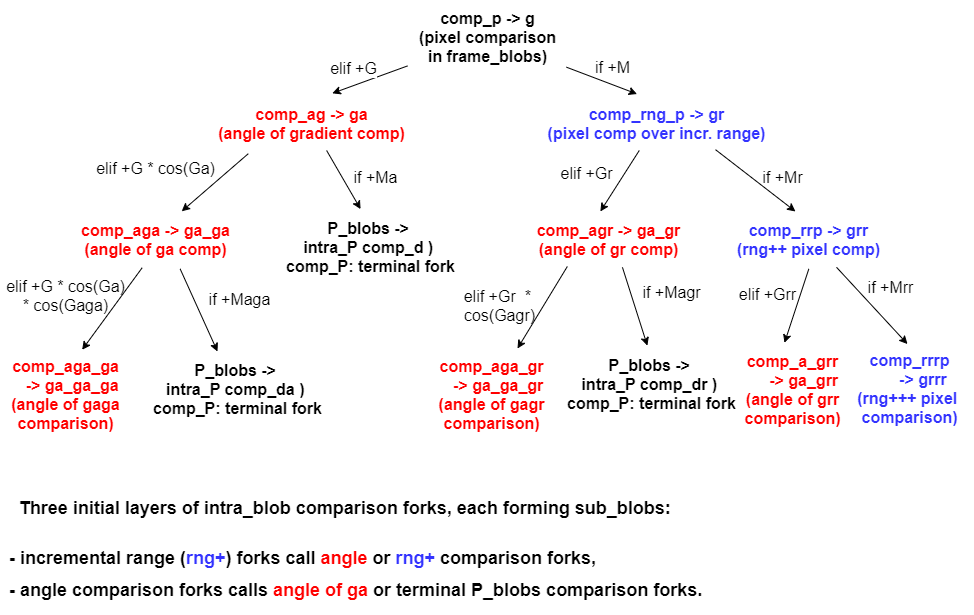
This is frame_2D_alg/Illustrations/intra_blob_scheme.png from boris-kz/CogAlg, a draw.io export, as it was before one commit. Source tidied: cells renumbered, new cells last; positions are measured from the earlier drawing's top-left corner, leaving out a move shared by most shapes.
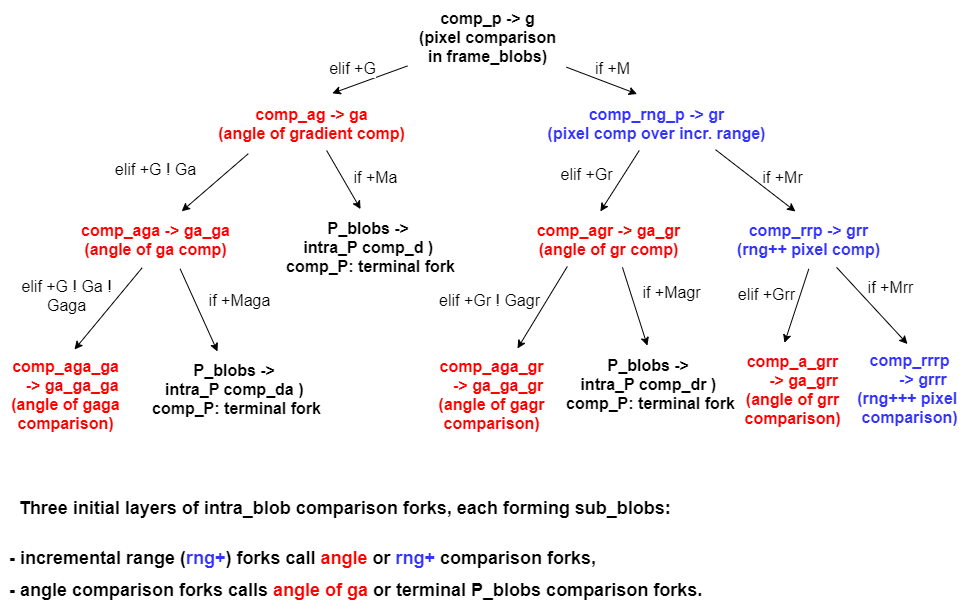
Above is the later version.

Change to the diagram source:
```diff
@@ -46,8 +46,10 @@
     <mxCell id="15" value="&lt;font style=&quot;font-size: 16px&quot;&gt;&lt;b style=&quot;font-size: 16px&quot;&gt;&lt;span style=&quot;font-size: 16px ; background-color: rgb(255 , 255 , 255)&quot;&gt;&lt;font color=&quot;#3333ff&quot;&gt;comp_rrp -&amp;gt; grr&lt;br style=&quot;font-size: 16px&quot;&gt;(&lt;/font&gt;&lt;/span&gt;&lt;/b&gt;&lt;b&gt;&lt;span style=&quot;background-color: rgb(255 , 255 , 255)&quot;&gt;&lt;font color=&quot;#3333ff&quot;&gt;rng++&amp;nbsp;&lt;/font&gt;&lt;/span&gt;&lt;/b&gt;&lt;b style=&quot;font-size: 16px&quot;&gt;&lt;span style=&quot;font-size: 16px ; background-color: rgb(255 , 255 , 255)&quot;&gt;&lt;font color=&quot;#3333ff&quot;&gt;pixel comp)&lt;/font&gt;&lt;/span&gt;&lt;br style=&quot;font-size: 16px&quot;&gt;&lt;/b&gt;&lt;/font&gt;" style="text;html=1;align=center;verticalAlign=middle;points=[];strokeWidth=1;fontSize=16;fontColor=#000000;spacing=6;" parent="1" vertex="1">
       <mxGeometry x="725" y="212" width="165" height="54" as="geometry" />
     </mxCell>
-    <mxCell id="16" style="endArrow=classic;html=1;strokeWidth=1;fontSize=16;fontColor=#000000;spacing=6;entryX=0.628;entryY=0.016;entryDx=0;entryDy=0;entryPerimeter=0;exitX=0.425;exitY=1.023;exitDx=0;exitDy=0;exitPerimeter=0;" parent="1" edge="1" source="9" target="17">
-      <mxGeometry relative="1" as="geometry" />
+    <mxCell id="16" style="endArrow=classic;html=1;strokeWidth=1;fontSize=16;fontColor=#000000;spacing=6;exitX=0.425;exitY=1.023;exitDx=0;exitDy=0;exitPerimeter=0;" parent="1" edge="1" source="9">
+      <mxGeometry relative="1" as="geometry">
+        <mxPoint x="74" y="349" as="targetPoint" />
+      </mxGeometry>
     </mxCell>
     <mxCell id="17" value="&lt;b style=&quot;font-size: 16px&quot;&gt;&lt;font style=&quot;font-size: 16px&quot;&gt;&lt;span style=&quot;font-size: 16px ; background-color: rgb(255 , 255 , 255)&quot;&gt;&lt;font color=&quot;#ff0000&quot;&gt;comp_aga_ga&lt;br&gt;&amp;nbsp; &amp;nbsp;-&amp;gt; ga_ga_ga&lt;br style=&quot;font-size: 16px&quot;&gt;(angle of gaga&lt;br&gt;comparison)&lt;/font&gt;&lt;/span&gt;&lt;br style=&quot;font-size: 16px&quot;&gt;&lt;/font&gt;&lt;/b&gt;" style="text;html=1;align=center;verticalAlign=middle;points=[];fontSize=16;fontColor=#000000;spacing=6;spacingTop=0;" parent="1" vertex="1">
       <mxGeometry y="347.8" width="130" height="92" as="geometry" />
@@ -92,8 +94,8 @@
     <mxCell id="29" value="if +M" style="text;html=1;align=center;verticalAlign=middle;fontSize=16;" parent="1" vertex="1">
       <mxGeometry x="589" y="56" width="45" height="23" as="geometry" />
     </mxCell>
-    <mxCell id="30" value="elif +G * cos(Ga)" style="text;html=1;align=center;verticalAlign=middle;fontSize=16;" parent="1" vertex="1">
-      <mxGeometry x="90" y="157" width="129" height="23" as="geometry" />
+    <mxCell id="30" value="elif +G ! Ga" style="text;html=1;align=center;verticalAlign=middle;fontSize=16;" parent="1" vertex="1">
+      <mxGeometry x="109" y="157" width="91" height="23" as="geometry" />
     </mxCell>
     <mxCell id="31" value="if +Ma" style="text;html=1;align=center;verticalAlign=middle;fontSize=16;" parent="1" vertex="1">
       <mxGeometry x="348" y="165" width="54" height="23" as="geometry" />
@@ -104,14 +106,14 @@
     <mxCell id="33" value="if +Mr" style="text;html=1;align=center;verticalAlign=middle;fontSize=16;" parent="1" vertex="1">
       <mxGeometry x="757" y="165" width="50" height="23" as="geometry" />
     </mxCell>
-    <mxCell id="34" value="elif +G * cos(Ga)&lt;br&gt;* cos(Gaga)" style="text;html=1;align=center;verticalAlign=middle;fontSize=16;" parent="1" vertex="1">
-      <mxGeometry x="0.5" y="274" width="129" height="42" as="geometry" />
+    <mxCell id="34" value="elif +G ! Ga !&lt;br&gt;Gaga" style="text;html=1;align=center;verticalAlign=middle;fontSize=16;" parent="1" vertex="1">
+      <mxGeometry x="15.5" y="274" width="100" height="42" as="geometry" />
     </mxCell>
     <mxCell id="35" value="if +Maga" style="text;html=1;align=center;verticalAlign=middle;fontSize=16;" parent="1" vertex="1">
       <mxGeometry x="202.5" y="288" width="72" height="23" as="geometry" />
     </mxCell>
-    <mxCell id="36" value="elif +Gr&amp;nbsp;&amp;nbsp;* &lt;br&gt;cos(Gagr)" style="text;html=1;align=center;verticalAlign=middle;fontSize=16;" parent="1" vertex="1">
-      <mxGeometry x="459" y="284" width="81" height="42" as="geometry" />
+    <mxCell id="36" value="elif +Gr ! Gagr" style="text;html=1;align=center;verticalAlign=middle;fontSize=16;" parent="1" vertex="1">
+      <mxGeometry x="433" y="288" width="111" height="23" as="geometry" />
     </mxCell>
     <mxCell id="37" value="if +Magr" style="text;html=1;align=center;verticalAlign=middle;fontSize=16;" parent="1" vertex="1">
       <mxGeometry x="637" y="280" width="68" height="23" as="geometry" />
```
